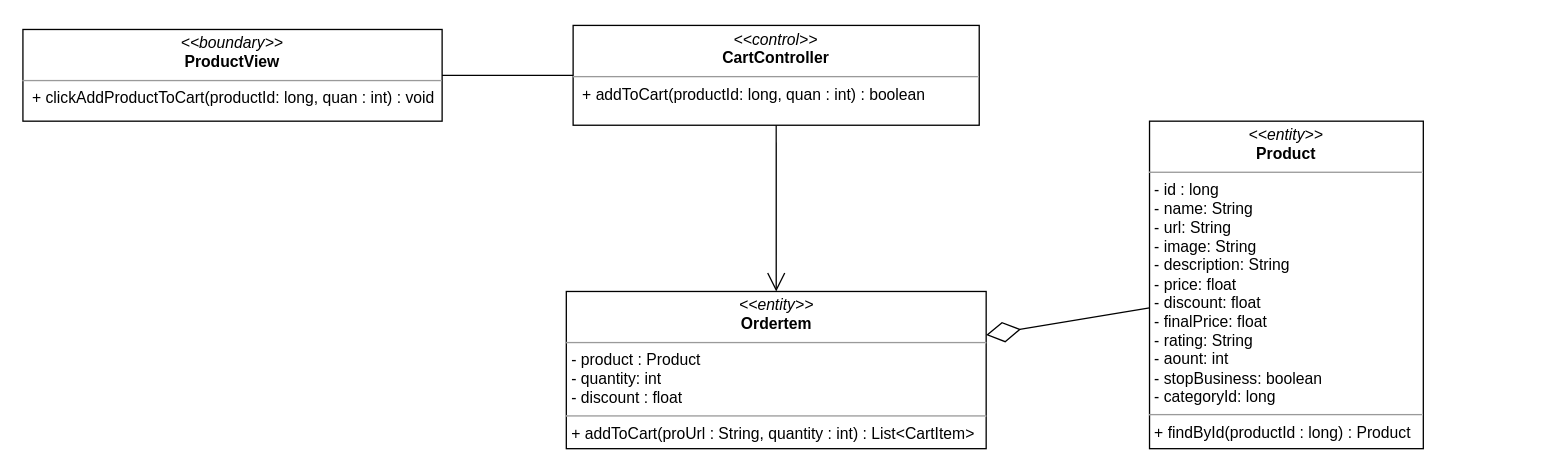
Earlier version of the draw.io diagram class diagram/add-product-to-cart-class-diagram.drawio (nguyenphamvan/datn_20202). Source tidied: cells renumbered, new cells numbered last; positions are measured from the earlier drawing's top-left corner, leaving out a move shared by most shapes. Both pictures are drawn from the tidied source at 131%, with x=0, y=0 at pixel (22, 25).
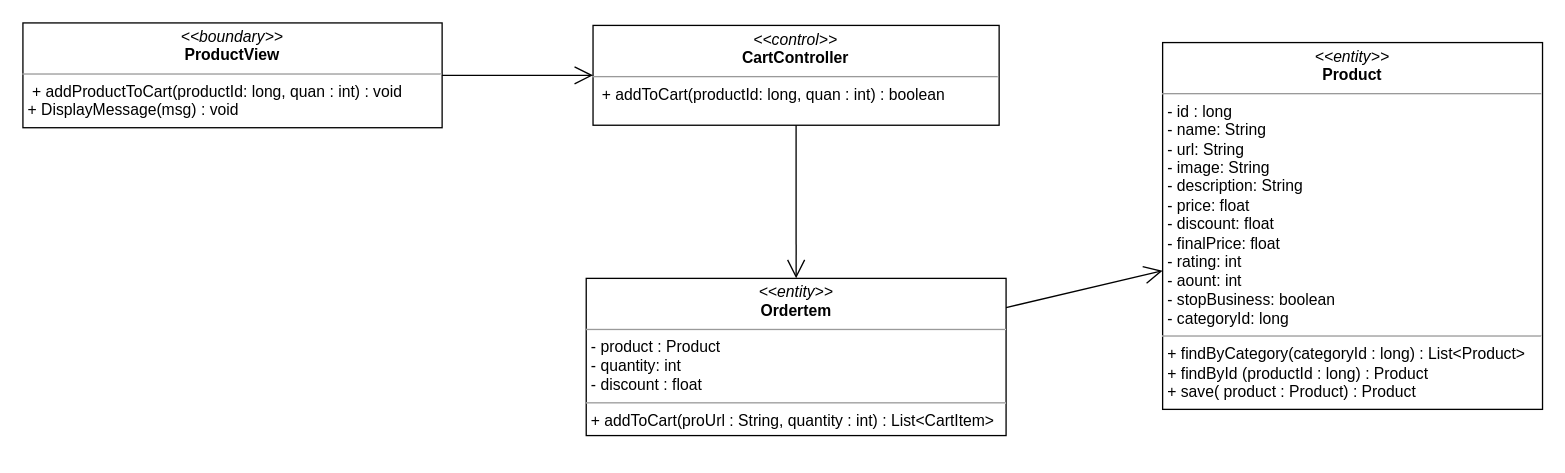
Above is the later version.

Change to the diagram source:
```diff
@@
 <mxGraphModel>
   <root>
     <mxCell id="0" />
     <mxCell id="1" parent="0" />
-    <mxCell id="2" value="&lt;p style=&quot;margin: 0px ; margin-top: 4px ; text-align: center&quot;&gt;&lt;i&gt;&amp;lt;&amp;lt;boundary&amp;gt;&amp;gt;&lt;/i&gt;&lt;br&gt;&lt;b&gt;ProductView&lt;/b&gt;&lt;/p&gt;&lt;hr size=&quot;1&quot;&gt;&lt;p style=&quot;margin: 0px ; margin-left: 4px&quot;&gt;&lt;span&gt;&amp;nbsp;+ clickAddProductToCart(productId: long, quan : int) : void&lt;/span&gt;&lt;/p&gt;" style="verticalAlign=top;align=left;overflow=fill;fontSize=12;fontFamily=Helvetica;html=1;" parent="1" vertex="1">
-      <mxGeometry y="3" width="320" height="70" as="geometry" />
+    <mxCell id="2" value="&lt;p style=&quot;margin: 0px ; margin-top: 4px ; text-align: center&quot;&gt;&lt;i&gt;&amp;lt;&amp;lt;boundary&amp;gt;&amp;gt;&lt;/i&gt;&lt;br&gt;&lt;b&gt;ProductView&lt;/b&gt;&lt;/p&gt;&lt;hr size=&quot;1&quot;&gt;&lt;p style=&quot;margin: 0px ; margin-left: 4px&quot;&gt;&lt;span&gt;&amp;nbsp;+ addProductToCart(productId: long, quan : int) : void&lt;/span&gt;&lt;/p&gt;&lt;p style=&quot;margin: 0px ; margin-left: 4px&quot;&gt;&lt;span&gt;+ DisplayMessage(msg) : void&lt;/span&gt;&lt;/p&gt;" style="verticalAlign=top;align=left;overflow=fill;fontSize=12;fontFamily=Helvetica;html=1;" parent="1" vertex="1">
+      <mxGeometry y="-2" width="320" height="80" as="geometry" />
     </mxCell>
-    <mxCell id="3" style="endArrow=none;html=1;edgeStyle=orthogonalEdgeStyle;exitX=1;exitY=0.5;exitDx=0;exitDy=0;" parent="1" edge="1" source="2" target="7">
-      <mxGeometry relative="1" as="geometry" />
-    </mxCell>
     <mxCell id="4" value="&lt;p style=&quot;margin: 0px ; margin-top: 4px ; text-align: center&quot;&gt;&lt;i&gt;&amp;lt;&amp;lt;entity&amp;gt;&amp;gt;&lt;/i&gt;&lt;br&gt;&lt;b&gt;Ordertem&lt;/b&gt;&lt;/p&gt;&lt;hr size=&quot;1&quot;&gt;&lt;p style=&quot;margin: 0px ; margin-left: 4px&quot;&gt;- product : Product&lt;/p&gt;&lt;p style=&quot;margin: 0px ; margin-left: 4px&quot;&gt;- quantity: int&lt;br&gt;- discount : float&lt;/p&gt;&lt;hr size=&quot;1&quot;&gt;&lt;p style=&quot;margin: 0px ; margin-left: 4px&quot;&gt;+ addToCart(proUrl : String, quantity : int) : List&amp;lt;CartItem&amp;gt;&lt;/p&gt;" style="verticalAlign=top;align=left;overflow=fill;fontSize=12;fontFamily=Helvetica;html=1;" parent="1" vertex="1">
-      <mxGeometry x="414.8" y="203" width="320.5" height="120" as="geometry" />
+      <mxGeometry x="430" y="193" width="320.5" height="120" as="geometry" />
     </mxCell>
-    <mxCell id="5" value="&lt;p style=&quot;margin: 0px ; margin-top: 4px ; text-align: center&quot;&gt;&lt;i&gt;&amp;lt;&amp;lt;entity&amp;gt;&amp;gt;&lt;/i&gt;&lt;br&gt;&lt;b&gt;Product&lt;/b&gt;&lt;/p&gt;&lt;hr size=&quot;1&quot;&gt;&lt;p style=&quot;margin: 0px ; margin-left: 4px&quot;&gt;- id : long&lt;/p&gt;&lt;p style=&quot;margin: 0px ; margin-left: 4px&quot;&gt;- name: String&lt;br&gt;- url: String&lt;/p&gt;&lt;p style=&quot;margin: 0px ; margin-left: 4px&quot;&gt;- image: String&lt;/p&gt;&lt;p style=&quot;margin: 0px ; margin-left: 4px&quot;&gt;- description: String&lt;/p&gt;&lt;p style=&quot;margin: 0px ; margin-left: 4px&quot;&gt;- price: float&lt;/p&gt;&lt;p style=&quot;margin: 0px ; margin-left: 4px&quot;&gt;- discount: float&lt;/p&gt;&lt;p style=&quot;margin: 0px ; margin-left: 4px&quot;&gt;- finalPrice: float&lt;/p&gt;&lt;p style=&quot;margin: 0px ; margin-left: 4px&quot;&gt;- rating: String&lt;/p&gt;&lt;p style=&quot;margin: 0px ; margin-left: 4px&quot;&gt;- aount: int&lt;/p&gt;&lt;p style=&quot;margin: 0px ; margin-left: 4px&quot;&gt;- stopBusiness: boolean&lt;/p&gt;&lt;p style=&quot;margin: 0px ; margin-left: 4px&quot;&gt;- categoryId: long&lt;/p&gt;&lt;hr size=&quot;1&quot;&gt;&lt;p style=&quot;margin: 0px ; margin-left: 4px&quot;&gt;+ findById(productId : long) : Product&lt;/p&gt;" style="verticalAlign=top;align=left;overflow=fill;fontSize=12;fontFamily=Helvetica;html=1;" parent="1" vertex="1">
-      <mxGeometry x="860" y="73" width="209" height="250" as="geometry" />
+    <mxCell id="5" value="&lt;p style=&quot;margin: 0px ; margin-top: 4px ; text-align: center&quot;&gt;&lt;i&gt;&amp;lt;&amp;lt;entity&amp;gt;&amp;gt;&lt;/i&gt;&lt;br&gt;&lt;b&gt;Product&lt;/b&gt;&lt;/p&gt;&lt;hr size=&quot;1&quot;&gt;&lt;p style=&quot;margin: 0px ; margin-left: 4px&quot;&gt;- id : long&lt;/p&gt;&lt;p style=&quot;margin: 0px ; margin-left: 4px&quot;&gt;- name: String&lt;br&gt;- url: String&lt;/p&gt;&lt;p style=&quot;margin: 0px ; margin-left: 4px&quot;&gt;- image: String&lt;/p&gt;&lt;p style=&quot;margin: 0px ; margin-left: 4px&quot;&gt;- description: String&lt;/p&gt;&lt;p style=&quot;margin: 0px ; margin-left: 4px&quot;&gt;- price: float&lt;/p&gt;&lt;p style=&quot;margin: 0px ; margin-left: 4px&quot;&gt;- discount: float&lt;/p&gt;&lt;p style=&quot;margin: 0px ; margin-left: 4px&quot;&gt;- finalPrice: float&lt;/p&gt;&lt;p style=&quot;margin: 0px ; margin-left: 4px&quot;&gt;- rating: int&lt;/p&gt;&lt;p style=&quot;margin: 0px ; margin-left: 4px&quot;&gt;- aount: int&lt;/p&gt;&lt;p style=&quot;margin: 0px ; margin-left: 4px&quot;&gt;- stopBusiness: boolean&lt;/p&gt;&lt;p style=&quot;margin: 0px ; margin-left: 4px&quot;&gt;- categoryId: long&lt;/p&gt;&lt;hr size=&quot;1&quot;&gt;&lt;p style=&quot;margin: 0px 0px 0px 4px&quot;&gt;+ findByCategory(categoryId : long) : List&amp;lt;Product&amp;gt;&lt;/p&gt;&lt;p style=&quot;margin: 0px 0px 0px 4px&quot;&gt;+ findById (productId : long) : Product&lt;/p&gt;&lt;p style=&quot;margin: 0px 0px 0px 4px&quot;&gt;+ save( product : Product) : Product&lt;/p&gt;" style="verticalAlign=top;align=left;overflow=fill;fontSize=12;fontFamily=Helvetica;html=1;" parent="1" vertex="1">
+      <mxGeometry x="870" y="13" width="290" height="280" as="geometry" />
     </mxCell>
-    <mxCell id="6" style="endArrow=diamondThin;endFill=0;endSize=24;html=1;" parent="1" edge="1" source="5" target="4">
-      <mxGeometry relative="1" as="geometry" />
-    </mxCell>
     <mxCell id="7" value="&lt;p style=&quot;margin: 0px ; margin-top: 4px ; text-align: center&quot;&gt;&lt;i&gt;&amp;lt;&amp;lt;control&amp;gt;&amp;gt;&lt;/i&gt;&lt;br&gt;&lt;b&gt;CartController&lt;/b&gt;&lt;/p&gt;&lt;hr size=&quot;1&quot;&gt;&lt;p style=&quot;margin: 0px ; margin-left: 4px&quot;&gt;&lt;span&gt;&amp;nbsp;+ addToCart(productId: long, quan : int) : boolean&lt;/span&gt;&lt;/p&gt;" style="verticalAlign=top;align=left;overflow=fill;fontSize=12;fontFamily=Helvetica;html=1;" parent="1" vertex="1">
-      <mxGeometry x="420" y="-0.1" width="310" height="76.2" as="geometry" />
+      <mxGeometry x="435.2" y="-0.1" width="310" height="76.2" as="geometry" />
     </mxCell>
     <mxCell id="8" style="endArrow=open;endFill=1;endSize=12;html=1;" parent="1" edge="1" source="7" target="4">
       <mxGeometry relative="1" as="geometry" />
     </mxCell>
+    <mxCell id="9" style="endArrow=open;endFill=1;endSize=12;html=1;" parent="1" edge="1" source="4" target="5">
+      <mxGeometry relative="1" as="geometry" />
+    </mxCell>
+    <mxCell id="3" style="endArrow=open;endFill=1;endSize=12;html=1;" parent="1" edge="1" source="2" target="7">
+      <mxGeometry relative="1" as="geometry" />
+    </mxCell>
   </root>
 </mxGraphModel>
```
